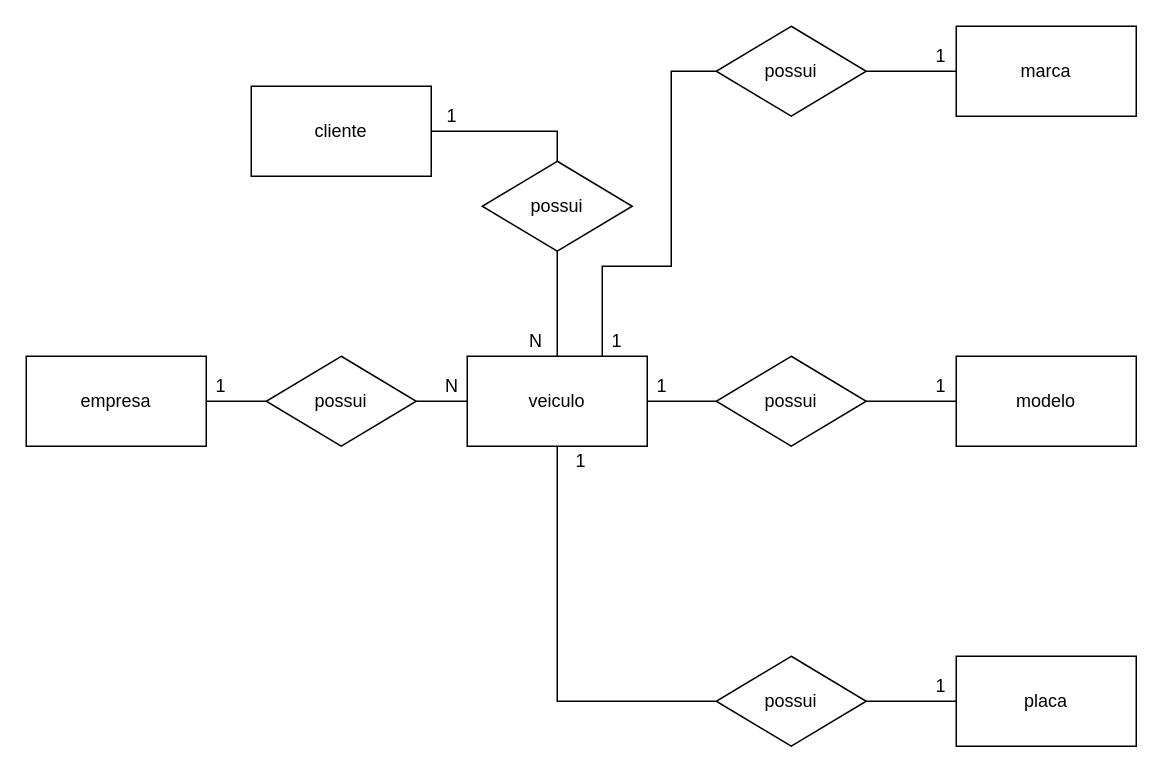
Above: Exercícios-aula3/1.2-exercicio-locadora/1.2-exercicio-locadora.drawio in Samel-OP/Senai_Sprint1_BD (draw.io), before the change. Source tidied: cells renumbered, new cells numbered last; positions are measured from the earlier drawing's top-left corner, leaving out a move shared by most shapes. Both pictures are drawn from the tidied source at 150%, with x=0, y=0 at pixel (26, 26).
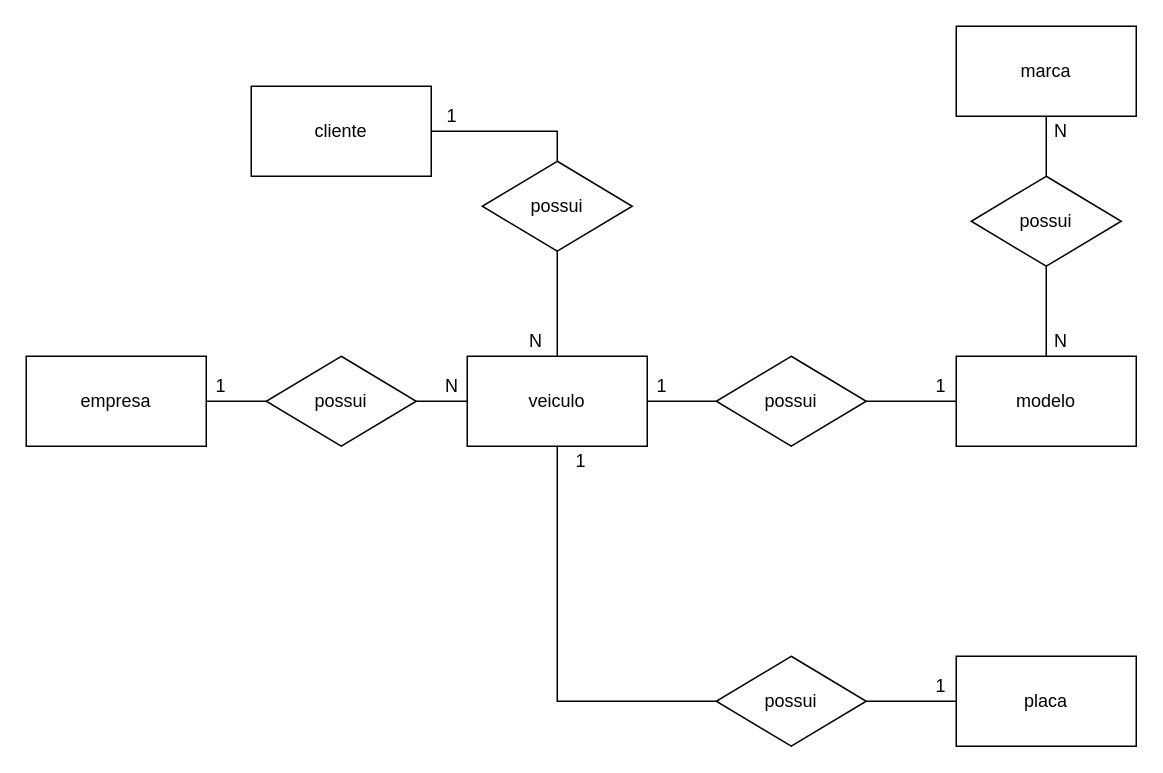
After the change.

Unchanged cells that the change refers to:
```xml
<mxCell id="5" style="rounded=0;whiteSpace=wrap;html=1;" parent="1" vertex="1">
  <mxGeometry x="294" y="220" width="120" height="60" as="geometry" />
</mxCell>
<mxCell id="6" style="rounded=0;whiteSpace=wrap;html=1;" parent="1" vertex="1">
  <mxGeometry x="620" y="220" width="120" height="60" as="geometry" />
</mxCell>
<mxCell id="7" style="rounded=0;whiteSpace=wrap;html=1;" parent="1" vertex="1">
  <mxGeometry x="620" width="120" height="60" as="geometry" />
</mxCell>
```

Diff of the diagram source:
```diff
@@
+    <mxCell id="44" style="edgeStyle=orthogonalEdgeStyle;rounded=0;jettySize=auto;html=1;exitX=0.5;exitY=1;exitDx=0;exitDy=0;entryX=0.5;entryY=0;entryDx=0;entryDy=0;endArrow=none;endFill=0;" parent="1" edge="1" source="7" target="19">
+      <mxGeometry relative="1" as="geometry" />
+    </mxCell>
@@
-    <mxCell id="17" style="edgeStyle=orthogonalEdgeStyle;rounded=0;jettySize=auto;html=1;exitX=1;exitY=0.5;exitDx=0;exitDy=0;entryX=0;entryY=0.5;entryDx=0;entryDy=0;endArrow=none;endFill=0;" parent="1" edge="1" source="19" target="7">
-      <mxGeometry relative="1" as="geometry" />
-    </mxCell>
-    <mxCell id="18" style="edgeStyle=orthogonalEdgeStyle;rounded=0;jettySize=auto;html=1;exitX=0;exitY=0.5;exitDx=0;exitDy=0;entryX=0.75;entryY=0;entryDx=0;entryDy=0;endArrow=none;endFill=0;" parent="1" edge="1" source="19" target="5">
-      <mxGeometry relative="1" as="geometry">
-        <Array as="points">
-          <mxPoint x="430" y="30" />
-          <mxPoint x="430" y="160" />
-          <mxPoint x="384" y="160" />
-        </Array>
-      </mxGeometry>
-    </mxCell>
+    <mxCell id="45" style="edgeStyle=orthogonalEdgeStyle;rounded=0;jettySize=auto;html=1;exitX=0.5;exitY=1;exitDx=0;exitDy=0;entryX=0.5;entryY=0;entryDx=0;entryDy=0;endArrow=none;endFill=0;" parent="1" edge="1" source="19" target="6">
+      <mxGeometry relative="1" as="geometry" />
+    </mxCell>
     <mxCell id="19" style="rhombus;whiteSpace=wrap;html=1;" parent="1" vertex="1">
-      <mxGeometry x="460" width="100" height="60" as="geometry" />
+      <mxGeometry x="630" y="100" width="100" height="60" as="geometry" />
     </mxCell>
@@
     <mxCell id="31" value="possui" style="text;html=1;strokeColor=none;fillColor=none;align=center;verticalAlign=middle;whiteSpace=wrap;rounded=0;" parent="1" vertex="1">
-      <mxGeometry x="490" y="20" width="40" height="20" as="geometry" />
+      <mxGeometry x="660" y="120" width="40" height="20" as="geometry" />
     </mxCell>
@@
-    <mxCell id="38" value="1" style="text;html=1;strokeColor=none;fillColor=none;align=center;verticalAlign=middle;whiteSpace=wrap;rounded=0;" parent="1" vertex="1">
-      <mxGeometry x="590" y="10" width="40" height="20" as="geometry" />
+    <mxCell id="38" value="N" style="text;html=1;strokeColor=none;fillColor=none;align=center;verticalAlign=middle;whiteSpace=wrap;rounded=0;" parent="1" vertex="1">
+      <mxGeometry x="670" y="60" width="40" height="20" as="geometry" />
     </mxCell>
@@
-    <mxCell id="40" value="1" style="text;html=1;strokeColor=none;fillColor=none;align=center;verticalAlign=middle;whiteSpace=wrap;rounded=0;" parent="1" vertex="1">
-      <mxGeometry x="374" y="200" width="40" height="20" as="geometry" />
+    <mxCell id="40" value="N" style="text;html=1;strokeColor=none;fillColor=none;align=center;verticalAlign=middle;whiteSpace=wrap;rounded=0;" parent="1" vertex="1">
+      <mxGeometry x="670" y="200" width="40" height="20" as="geometry" />
     </mxCell>
```
